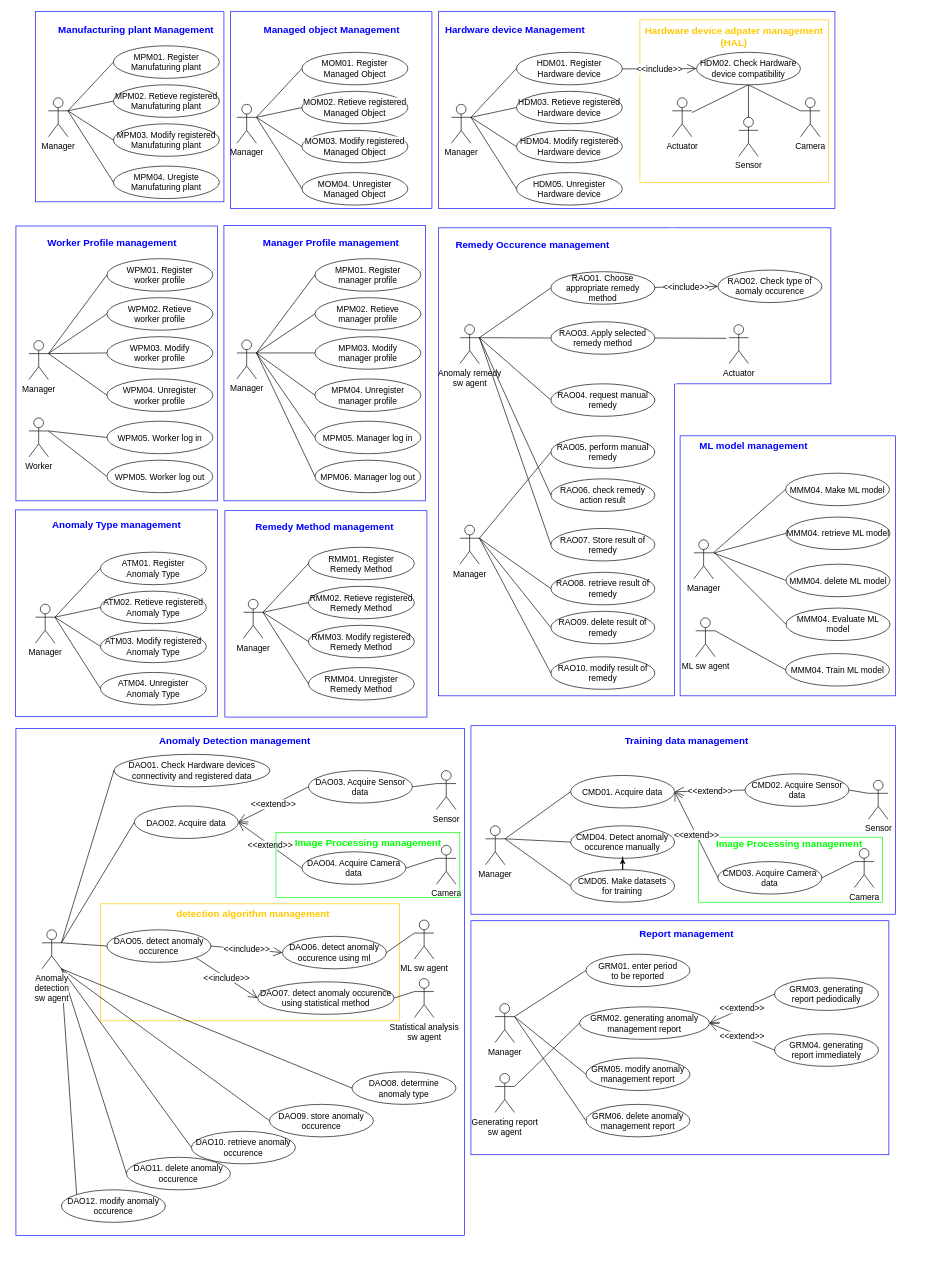
Above: usecase_diagram_refine3.drawio in ShineSoYoung/TEST (draw.io), before the change. Source tidied: cells renumbered, new cells numbered last; positions are measured from the earlier drawing's top-left corner, leaving out a move shared by most shapes. Both pictures are drawn from the tidied source at 65%, with x=0, y=0 at pixel (11, 12).
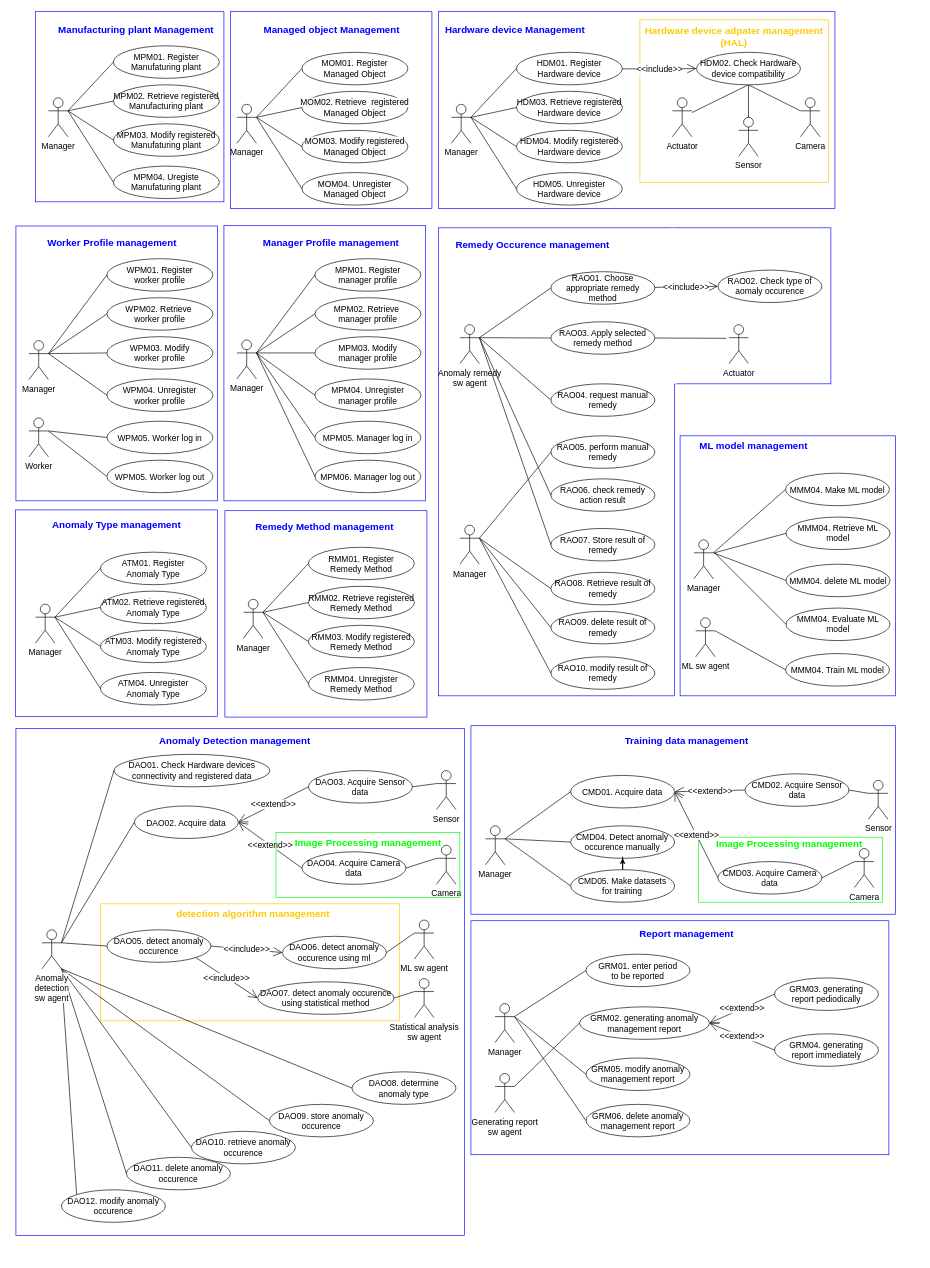
After the change.

Unchanged cells that the change refers to:
```xml
<mxCell id="12" style="group;fontSize=13;" parent="1" vertex="1">
  <mxGeometry x="27" y="339.5" width="342.2" height="832.5" as="geometry" />
</mxCell>
<mxCell id="29" style="group;fontSize=13;" parent="1" vertex="1">
  <mxGeometry x="347" y="339.5" width="312.2" height="413.5" as="geometry" />
</mxCell>
<mxCell id="44" style="group;fontSize=13;" parent="1" vertex="1">
  <mxGeometry x="347" y="12" width="301.1" height="285" as="geometry" />
</mxCell>
<mxCell id="55" style="group;fontSize=13;" parent="1" vertex="1">
  <mxGeometry x="57" y="12" width="292.2" height="275" as="geometry" />
</mxCell>
<mxCell id="66" style="group;fontSize=13;" parent="1" vertex="1">
  <mxGeometry x="357" y="776" width="280" height="282.5" as="geometry" />
</mxCell>
<mxCell id="77" style="group;fontSize=13;" parent="1" vertex="1">
  <mxGeometry x="677" y="12" width="620" height="285" as="geometry" />
</mxCell>
<mxCell id="112" style="group;" parent="1" vertex="1">
  <mxGeometry x="37" y="786" width="280" height="280" as="geometry" />
</mxCell>
<mxCell id="193" style="group;fontSize=13;" parent="1" vertex="1">
  <mxGeometry x="1050" y="642" width="347" height="1273.5" as="geometry" />
</mxCell>
```

The edit, as a diff of the source:
```diff
@@
-    <mxCell id="16" value="WPM02. Retieve&lt;br style=&quot;border-color: var(--border-color); font-size: 13px;&quot;&gt;worker profile" style="ellipse;whiteSpace=wrap;html=1;fontSize=13;" parent="12" vertex="1">
+    <mxCell id="16" value="WPM02.&amp;nbsp;Retrieve&amp;nbsp;&lt;br style=&quot;border-color: var(--border-color); font-size: 13px;&quot;&gt;worker profile" style="ellipse;whiteSpace=wrap;html=1;fontSize=13;" parent="12" vertex="1">
       <mxGeometry x="120" y="100" width="163" height="50" as="geometry" />
     </mxCell>
@@
-    <mxCell id="32" value="MPM02. Retieve&lt;br style=&quot;border-color: var(--border-color); font-size: 13px;&quot;&gt;manager profile" style="ellipse;whiteSpace=wrap;html=1;fontSize=13;" parent="29" vertex="1">
+    <mxCell id="32" value="MPM02.&amp;nbsp;Retrieve&amp;nbsp;&lt;br style=&quot;border-color: var(--border-color); font-size: 13px;&quot;&gt;manager profile" style="ellipse;whiteSpace=wrap;html=1;fontSize=13;" parent="29" vertex="1">
       <mxGeometry x="120" y="100" width="163" height="50" as="geometry" />
     </mxCell>
@@
-    <mxCell id="47" value="&lt;span style=&quot;color: rgb(0, 0, 0); font-family: Helvetica; font-size: 13px; font-style: normal; font-variant-ligatures: normal; font-variant-caps: normal; font-weight: 400; letter-spacing: normal; orphans: 2; text-align: center; text-indent: 0px; text-transform: none; widows: 2; word-spacing: 0px; -webkit-text-stroke-width: 0px; background-color: rgb(251, 251, 251); text-decoration-thickness: initial; text-decoration-style: initial; text-decoration-color: initial; float: none; display: inline !important;&quot;&gt;MOM02. Retieve registered Managed Object&lt;/span&gt;" style="ellipse;whiteSpace=wrap;html=1;fontSize=13;" parent="44" vertex="1">
+    <mxCell id="47" value="&lt;span style=&quot;color: rgb(0, 0, 0); font-family: Helvetica; font-size: 13px; font-style: normal; font-variant-ligatures: normal; font-variant-caps: normal; font-weight: 400; letter-spacing: normal; orphans: 2; text-align: center; text-indent: 0px; text-transform: none; widows: 2; word-spacing: 0px; -webkit-text-stroke-width: 0px; background-color: rgb(251, 251, 251); text-decoration-thickness: initial; text-decoration-style: initial; text-decoration-color: initial; float: none; display: inline !important;&quot;&gt;MOM02.&amp;nbsp;Retrieve&amp;nbsp;&amp;nbsp;registered Managed Object&lt;/span&gt;" style="ellipse;whiteSpace=wrap;html=1;fontSize=13;" parent="44" vertex="1">
       <mxGeometry x="100" y="110" width="163" height="50" as="geometry" />
     </mxCell>
@@
-    <mxCell id="58" value="MPM02. Retieve registered Manufaturing plant" style="ellipse;whiteSpace=wrap;html=1;fontSize=13;" parent="55" vertex="1">
+    <mxCell id="58" value="MPM02.&amp;nbsp;Retrieve&amp;nbsp;registered Manufacturing plant" style="ellipse;whiteSpace=wrap;html=1;fontSize=13;" parent="55" vertex="1">
       <mxGeometry x="100" y="100" width="163" height="50" as="geometry" />
     </mxCell>
@@
-    <mxCell id="69" value="RMM02. Retieve registered Remedy Method" style="ellipse;whiteSpace=wrap;html=1;fontSize=13;" parent="66" vertex="1">
+    <mxCell id="69" value="RMM02.&amp;nbsp;Retrieve&amp;nbsp;registered Remedy Method" style="ellipse;whiteSpace=wrap;html=1;fontSize=13;" parent="66" vertex="1">
       <mxGeometry x="100" y="107.5" width="163" height="50" as="geometry" />
     </mxCell>
@@
-    <mxCell id="80" value="HDM03. Retieve registered Hardware device" style="ellipse;whiteSpace=wrap;html=1;fontSize=13;" parent="77" vertex="1">
+    <mxCell id="80" value="HDM03.&amp;nbsp;Retrieve&amp;nbsp;registered Hardware device" style="ellipse;whiteSpace=wrap;html=1;fontSize=13;" parent="77" vertex="1">
       <mxGeometry x="100" y="110" width="163" height="50" as="geometry" />
     </mxCell>
@@
-    <mxCell id="115" value="ATM02. Retieve registered Anomaly Type" style="ellipse;whiteSpace=wrap;html=1;fontSize=13;" parent="112" vertex="1">
+    <mxCell id="115" value="ATM02.&amp;nbsp;Retrieve&amp;nbsp;registered Anomaly Type" style="ellipse;whiteSpace=wrap;html=1;fontSize=13;" parent="112" vertex="1">
       <mxGeometry x="100" y="105" width="163" height="50" as="geometry" />
     </mxCell>
@@
-    <mxCell id="187" value="RAO08. retrieve result of remedy" style="ellipse;whiteSpace=wrap;html=1;fontSize=13;" parent="1" vertex="1">
+    <mxCell id="187" value="RAO08.&amp;nbsp;Retrieve&amp;nbsp;result of remedy" style="ellipse;whiteSpace=wrap;html=1;fontSize=13;" parent="1" vertex="1">
       <mxGeometry x="830" y="862" width="160" height="50" as="geometry" />
     </mxCell>
@@
-    <mxCell id="197" value="MMM04. retrieve ML model" style="ellipse;whiteSpace=wrap;html=1;fontSize=13;" parent="193" vertex="1">
+    <mxCell id="197" value="MMM04.&amp;nbsp;Retrieve&amp;nbsp;ML model" style="ellipse;whiteSpace=wrap;html=1;fontSize=13;" parent="193" vertex="1">
       <mxGeometry x="141.8" y="135" width="160" height="50" as="geometry" />
     </mxCell>
```
